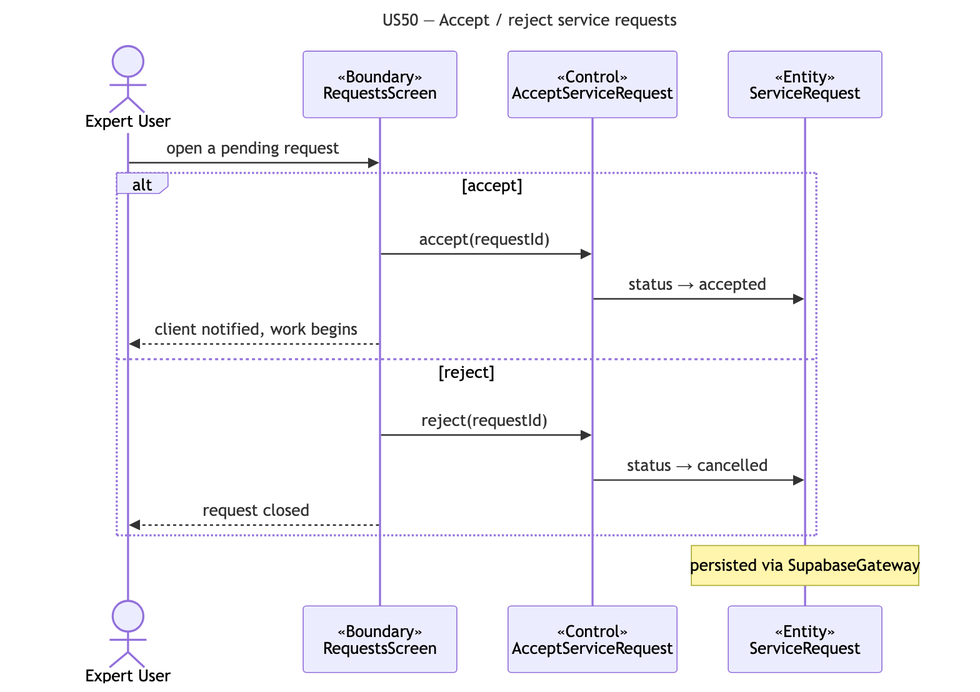
This is docs/deliverables/sequence-diagrams/US50-accept-reject.png from cyuanjun/FYP-26-S2-37-app, a Mermaid export, as it was before one commit. Its source is kept beside it as docs/deliverables/sequence-diagrams/src/US50-accept-reject.mmd.
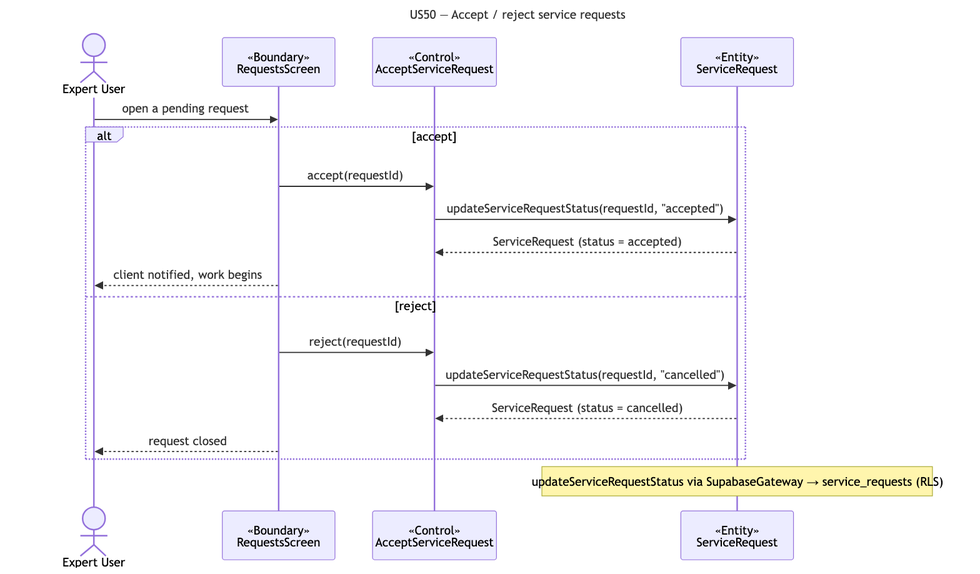
After the change.

Diff of the diagram source:
```diff
@@ -9,11 +9,13 @@
   A->>B: open a pending request
   alt accept
     B->>C: accept(requestId)
-    C->>E: status → accepted
+    C->>E: updateServiceRequestStatus(requestId, "accepted")
+    E-->>C: ServiceRequest (status = accepted)
     B-->>A: client notified, work begins
   else reject
     B->>C: reject(requestId)
-    C->>E: status → cancelled
+    C->>E: updateServiceRequestStatus(requestId, "cancelled")
+    E-->>C: ServiceRequest (status = cancelled)
     B-->>A: request closed
   end
-  note over E: persisted via SupabaseGateway
+  note over E: updateServiceRequestStatus via SupabaseGateway → service_requests (RLS)
```
